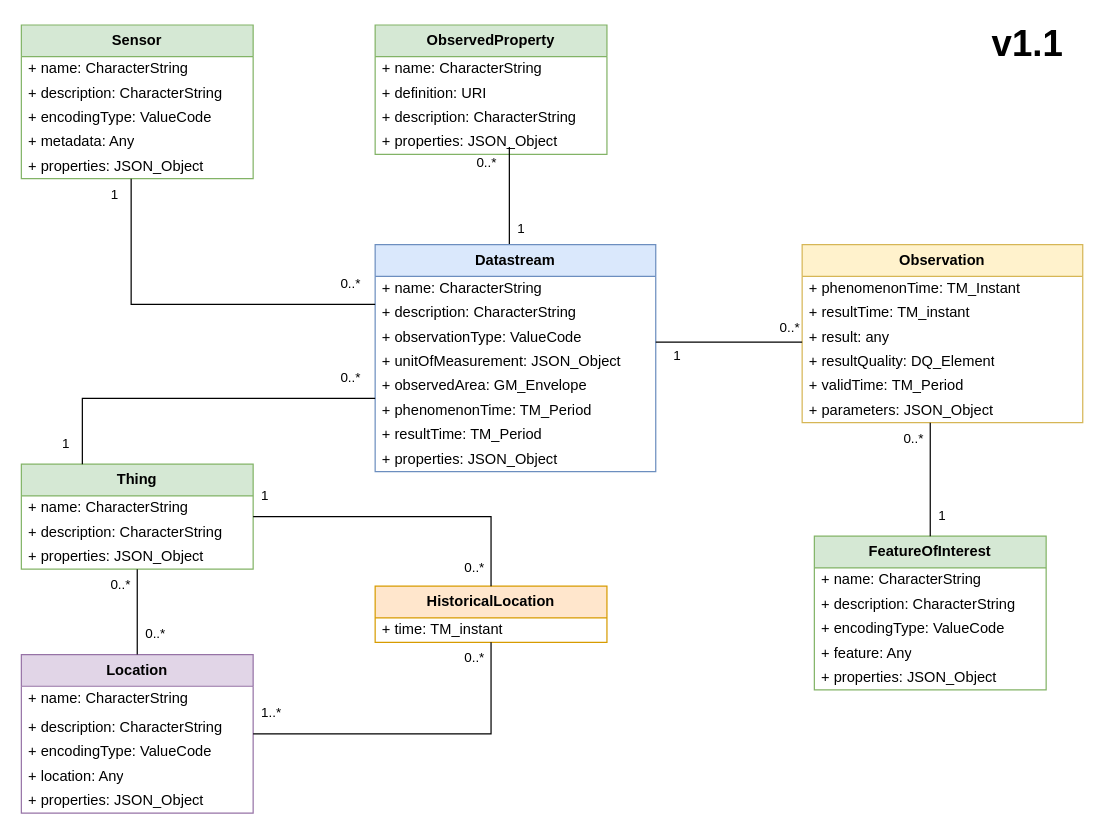
The draw.io diagram drawio/STA V1.1.drawio in Mario-35/Stean, before the edit. Source tidied: cells renumbered, new cells numbered last; positions are measured from the earlier drawing's top-left corner, leaving out a move shared by most shapes. Both pictures are drawn from the tidied source at 122%, with x=0, y=0 at pixel (21, 24).
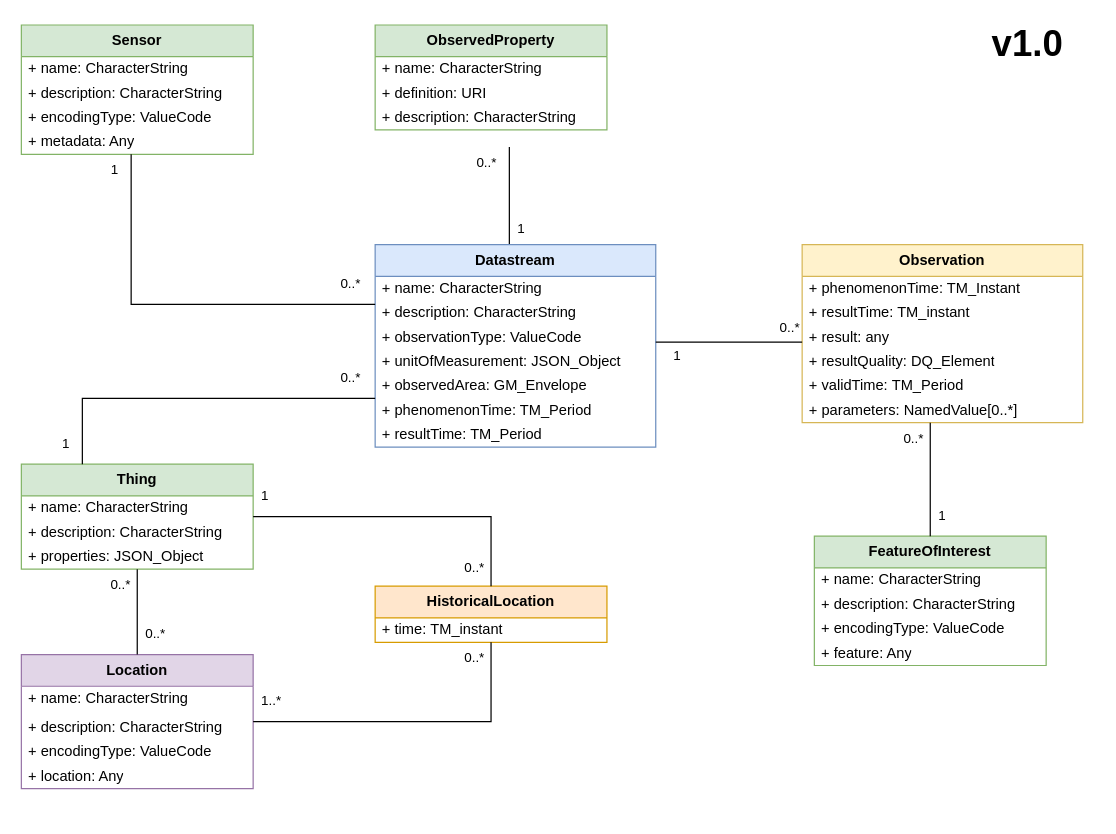
The same diagram, later.

Commit message:
Mettre à jour STA V1.0.drawio

Unchanged cells that the change refers to:
```xml
<mxCell id="38" value="&lt;b&gt;Observation&lt;/b&gt;" style="swimlane;fontStyle=0;horizontal=1;startSize=26;fillColor=#fff2cc;whiteSpace=wrap;html=1;strokeColor=#d6b656;" parent="1" vertex="1">
  <mxGeometry x="640" y="180" width="230" height="146" as="geometry" />
</mxCell>
```

What changed in the source:
```diff
@@
     <mxCell id="2" value="&lt;b&gt;Location&lt;/b&gt;" style="swimlane;fontStyle=0;horizontal=1;startSize=26;fillColor=#e1d5e7;whiteSpace=wrap;html=1;strokeColor=#9673a6;" parent="1" vertex="1">
-      <mxGeometry y="516" width="190" height="130" as="geometry" />
+      <mxGeometry y="516" width="190" height="110" as="geometry" />
     </mxCell>
@@
-    <mxCell id="7" value="+ properties: JSON_Object" style="text;strokeColor=none;fillColor=none;align=left;verticalAlign=middle;spacingLeft=4;spacingRight=4;overflow=hidden;whiteSpace=wrap;html=1;" parent="2" vertex="1">
-      <mxGeometry y="110" width="190" height="20" as="geometry" />
-    </mxCell>
@@
     <mxCell id="12" value="&lt;b&gt;Sensor&lt;/b&gt;" style="swimlane;fontStyle=0;horizontal=1;startSize=26;fillColor=#d5e8d4;whiteSpace=wrap;html=1;strokeColor=#82b366;" parent="1" vertex="1">
-      <mxGeometry width="190" height="126" as="geometry" />
+      <mxGeometry width="190" height="106" as="geometry" />
     </mxCell>
@@
-    <mxCell id="17" value="+ properties: JSON_Object" style="text;strokeColor=none;fillColor=none;align=left;verticalAlign=middle;spacingLeft=4;spacingRight=4;overflow=hidden;whiteSpace=wrap;html=1;" parent="12" vertex="1">
-      <mxGeometry y="106" width="190" height="20" as="geometry" />
-    </mxCell>
@@
     <mxCell id="21" value="&lt;b&gt;ObservedProperty&lt;/b&gt;" style="swimlane;fontStyle=0;horizontal=1;startSize=26;fillColor=#d5e8d4;whiteSpace=wrap;html=1;strokeColor=#82b366;" parent="1" vertex="1">
-      <mxGeometry x="290" width="190" height="106" as="geometry" />
+      <mxGeometry x="290" width="190" height="86" as="geometry" />
     </mxCell>
@@
-    <mxCell id="25" value="+ properties: JSON_Object" style="text;strokeColor=none;fillColor=none;align=left;verticalAlign=middle;spacingLeft=4;spacingRight=4;overflow=hidden;whiteSpace=wrap;html=1;" parent="21" vertex="1">
-      <mxGeometry y="86" width="190" height="20" as="geometry" />
-    </mxCell>
@@
     <mxCell id="29" value="&lt;b&gt;Datastream&lt;/b&gt;" style="swimlane;fontStyle=0;horizontal=1;startSize=26;fillColor=#dae8fc;whiteSpace=wrap;html=1;strokeColor=#6c8ebf;" parent="1" vertex="1">
-      <mxGeometry x="290" y="180" width="230" height="186" as="geometry" />
+      <mxGeometry x="290" y="180" width="230" height="166" as="geometry" />
     </mxCell>
@@
-    <mxCell id="37" value="+ properties: JSON_Object" style="text;strokeColor=none;fillColor=none;align=left;verticalAlign=middle;spacingLeft=4;spacingRight=4;overflow=hidden;whiteSpace=wrap;html=1;" parent="29" vertex="1">
-      <mxGeometry y="166" width="230" height="20" as="geometry" />
-    </mxCell>
@@
-    <mxCell id="44" value="+ parameters: JSON_Object" style="text;strokeColor=none;fillColor=none;align=left;verticalAlign=middle;spacingLeft=4;spacingRight=4;overflow=hidden;whiteSpace=wrap;html=1;" parent="38" vertex="1">
+    <mxCell id="44" value="+ parameters: NamedValue[0..*]" style="text;strokeColor=none;fillColor=none;align=left;verticalAlign=middle;spacingLeft=4;spacingRight=4;overflow=hidden;whiteSpace=wrap;html=1;" parent="38" vertex="1">
       <mxGeometry y="126" width="230" height="20" as="geometry" />
     </mxCell>
     <mxCell id="45" value="&lt;b&gt;FeatureOfInterest&lt;/b&gt;" style="swimlane;fontStyle=0;horizontal=1;startSize=26;fillColor=#d5e8d4;whiteSpace=wrap;html=1;strokeColor=#82b366;" parent="1" vertex="1">
-      <mxGeometry x="650" y="419" width="190" height="126" as="geometry" />
+      <mxGeometry x="650" y="419" width="190" height="106" as="geometry" />
     </mxCell>
@@
-    <mxCell id="50" value="+ properties: JSON_Object" style="text;strokeColor=none;fillColor=none;align=left;verticalAlign=middle;spacingLeft=4;spacingRight=4;overflow=hidden;whiteSpace=wrap;html=1;" parent="45" vertex="1">
-      <mxGeometry y="106" width="190" height="20" as="geometry" />
-    </mxCell>
@@
-    <mxCell id="71" value="&lt;font style=&quot;font-size: 30px;&quot;&gt;&lt;b&gt;v1.1&lt;/b&gt;&lt;/font&gt;" style="text;html=1;whiteSpace=wrap;strokeColor=none;fillColor=none;align=center;verticalAlign=middle;rounded=0;fontFamily=Helvetica;fontSize=12;fontColor=default;" parent="1" vertex="1">
+    <mxCell id="71" value="&lt;font style=&quot;font-size: 30px;&quot;&gt;&lt;b&gt;v1.0&lt;/b&gt;&lt;/font&gt;" style="text;html=1;whiteSpace=wrap;strokeColor=none;fillColor=none;align=center;verticalAlign=middle;rounded=0;fontFamily=Helvetica;fontSize=12;fontColor=default;" parent="1" vertex="1">
       <mxGeometry x="770" width="110" height="30" as="geometry" />
     </mxCell>
```
